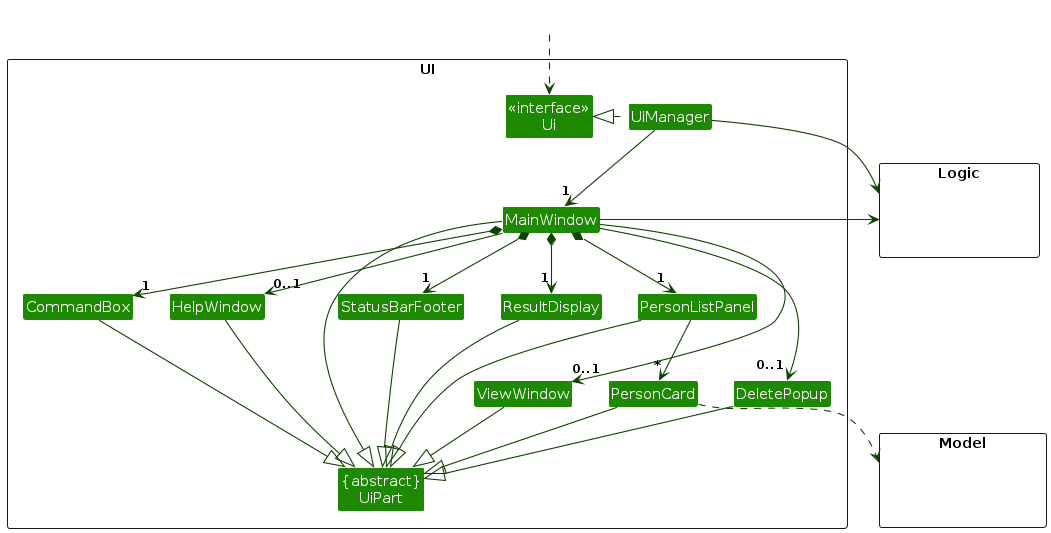
Earlier version of the PlantUML export diagrams/UiClassDiagram.png (AY2526S1-CS2103T-F14B-1/tp). Its source is kept beside it as diagrams/UiClassDiagram.puml. Source of this version:
```plantuml
@startuml
!include style.puml
skinparam arrowThickness 1.1
skinparam arrowColor UI_COLOR_T4
skinparam classBackgroundColor UI_COLOR

package UI <<Rectangle>>{
Class "<<interface>>\nUi" as Ui
Class "{abstract}\nUiPart" as UiPart
Class UiManager
Class MainWindow
Class HelpWindow
Class ViewWindow
Class DeletePopup
Class ResultDisplay
Class PersonListPanel
Class PersonCard
Class StatusBarFooter
Class CommandBox
}

package Model <<Rectangle>> {
Class HiddenModel #FFFFFF
}

package Logic <<Rectangle>> {
Class HiddenLogic #FFFFFF
}

Class HiddenOutside #FFFFFF
HiddenOutside ..> Ui

UiManager .left.|> Ui
UiManager -down-> "1" MainWindow
MainWindow *-down->  "1" CommandBox
MainWindow *-down-> "1" ResultDisplay
MainWindow *-down-> "1" PersonListPanel
MainWindow *-down-> "1" StatusBarFooter
MainWindow --> "0..1" HelpWindow
MainWindow --> "0..1" ViewWindow
MainWindow --> "0..1" DeletePopup

PersonListPanel -down-> "*" PersonCard

MainWindow -left-|> UiPart

ResultDisplay --|> UiPart
CommandBox --|> UiPart
PersonListPanel --|> UiPart
PersonCard --|> UiPart
StatusBarFooter --|> UiPart
HelpWindow --|> UiPart
ViewWindow --|> UiPart
DeletePopup --|> UiPart

PersonCard ..> Model
UiManager -right-> Logic
MainWindow -left-> Logic

PersonListPanel -[hidden]left- HelpWindow
HelpWindow -[hidden]left- CommandBox
CommandBox -[hidden]left- ResultDisplay
ResultDisplay -[hidden]left- StatusBarFooter

MainWindow -[hidden]-|> UiPart
@enduml
```
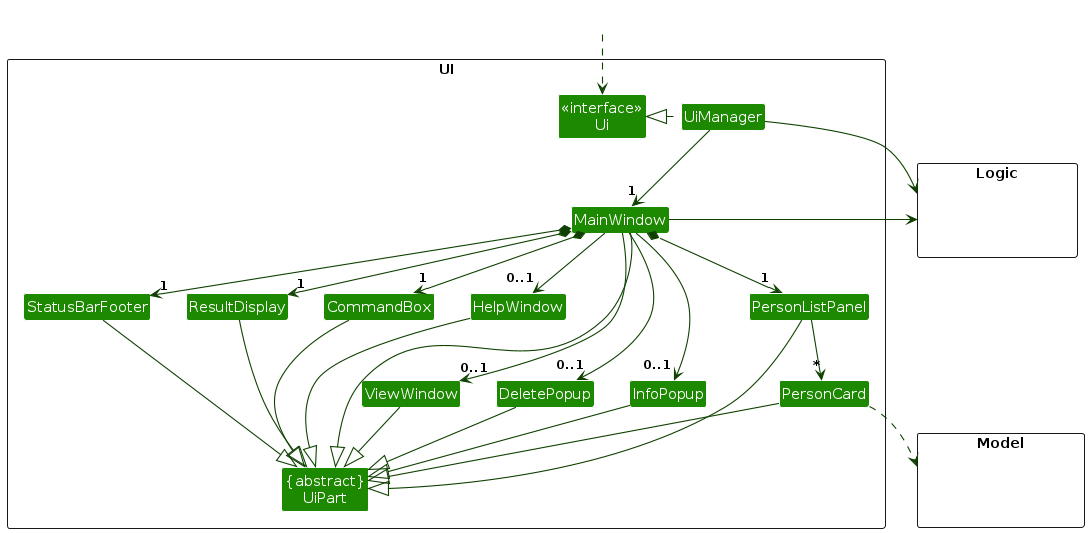
The same diagram one commit later.

Change to the diagram source:
```diff
@@ -12,6 +12,7 @@
 Class HelpWindow
 Class ViewWindow
 Class DeletePopup
+Class InfoPopup
 Class ResultDisplay
 Class PersonListPanel
 Class PersonCard
@@ -39,6 +40,7 @@
 MainWindow --> "0..1" HelpWindow
 MainWindow --> "0..1" ViewWindow
 MainWindow --> "0..1" DeletePopup
+MainWindow --> "0..1" InfoPopup
 
 PersonListPanel -down-> "*" PersonCard
 
@@ -52,6 +54,7 @@
 HelpWindow --|> UiPart
 ViewWindow --|> UiPart
 DeletePopup --|> UiPart
+InfoPopup --|> UiPart
 
 PersonCard ..> Model
 UiManager -right-> Logic
```
